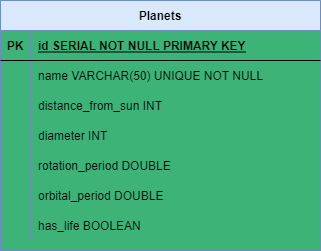
Earlier version of the draw.io export DB/Planets ER Diagram.png (tsgsOFFICIAL/Kilgharrah). Source tidied: cells renumbered, new cells last; positions are measured from the earlier drawing's top-left corner, leaving out a move shared by most shapes. Its diagram source:
```xml
<mxGraphModel background="#3DB378">
  <root>
    <mxCell id="0" />
    <mxCell id="1" parent="0" />
    <mxCell id="2" value="Planets" style="shape=table;startSize=30;rowLines=0;fontStyle=1;align=center;fillColor=#dae8fc;strokeColor=#6c8ebf;" parent="1" vertex="1">
      <mxGeometry width="320" height="250" as="geometry" />
    </mxCell>
    <mxCell id="3" style="shape=partialRectangle;fillColor=none;top=0;left=0;right=0;bottom=1;" parent="2" vertex="1">
      <mxGeometry y="30" width="320" height="30" as="geometry" />
    </mxCell>
    <mxCell id="4" value="PK" style="shape=partialRectangle;overflow=hidden;fillColor=none;top=0;left=0;bottom=0;right=0;fontStyle=1;" parent="3" vertex="1">
      <mxGeometry width="30" height="30" as="geometry" />
    </mxCell>
    <mxCell id="5" value="id SERIAL NOT NULL PRIMARY KEY" style="shape=partialRectangle;overflow=hidden;fillColor=none;top=0;left=0;bottom=0;right=0;align=left;spacingLeft=6;fontStyle=5;" parent="3" vertex="1">
      <mxGeometry x="30" width="290" height="30" as="geometry" />
    </mxCell>
    <mxCell id="6" style="shape=partialRectangle;fillColor=none;top=0;left=0;right=0;bottom=0;" parent="2" vertex="1">
      <mxGeometry y="60" width="320" height="30" as="geometry" />
    </mxCell>
    <mxCell id="7" style="shape=partialRectangle;overflow=hidden;fillColor=none;top=0;left=0;bottom=0;right=0;" parent="6" vertex="1">
      <mxGeometry width="30" height="30" as="geometry" />
    </mxCell>
    <mxCell id="8" value="name VARCHAR(50) UNIQUE NOT NULL" style="shape=partialRectangle;overflow=hidden;fillColor=none;top=0;left=0;bottom=0;right=0;align=left;spacingLeft=6;" parent="6" vertex="1">
      <mxGeometry x="30" width="290" height="30" as="geometry" />
    </mxCell>
    <mxCell id="9" style="shape=partialRectangle;fillColor=none;top=0;left=0;right=0;bottom=0;" parent="2" vertex="1">
      <mxGeometry y="90" width="320" height="30" as="geometry" />
    </mxCell>
    <mxCell id="10" style="shape=partialRectangle;overflow=hidden;fillColor=none;top=0;left=0;bottom=0;right=0;" parent="9" vertex="1">
      <mxGeometry width="30" height="30" as="geometry" />
    </mxCell>
    <mxCell id="11" value="distance_from_sun INT" style="shape=partialRectangle;overflow=hidden;fillColor=none;top=0;left=0;bottom=0;right=0;align=left;spacingLeft=6;" parent="9" vertex="1">
      <mxGeometry x="30" width="290" height="30" as="geometry" />
    </mxCell>
    <mxCell id="12" style="shape=partialRectangle;fillColor=none;top=0;left=0;right=0;bottom=0;" parent="2" vertex="1">
      <mxGeometry y="120" width="320" height="30" as="geometry" />
    </mxCell>
    <mxCell id="13" style="shape=partialRectangle;overflow=hidden;fillColor=none;top=0;left=0;bottom=0;right=0;" parent="12" vertex="1">
      <mxGeometry width="30" height="30" as="geometry" />
    </mxCell>
    <mxCell id="14" value="diameter INT" style="shape=partialRectangle;overflow=hidden;fillColor=none;top=0;left=0;bottom=0;right=0;align=left;spacingLeft=6;" parent="12" vertex="1">
      <mxGeometry x="30" width="290" height="30" as="geometry" />
    </mxCell>
    <mxCell id="15" style="shape=partialRectangle;fillColor=none;top=0;left=0;right=0;bottom=0;" parent="2" vertex="1">
      <mxGeometry y="150" width="320" height="30" as="geometry" />
    </mxCell>
    <mxCell id="16" style="shape=partialRectangle;overflow=hidden;fillColor=none;top=0;left=0;bottom=0;right=0;" parent="15" vertex="1">
      <mxGeometry width="30" height="30" as="geometry" />
    </mxCell>
    <mxCell id="17" value="rotation_period DOUBLE" style="shape=partialRectangle;overflow=hidden;fillColor=none;top=0;left=0;bottom=0;right=0;align=left;spacingLeft=6;" parent="15" vertex="1">
      <mxGeometry x="30" width="290" height="30" as="geometry" />
    </mxCell>
    <mxCell id="18" style="shape=partialRectangle;fillColor=none;top=0;left=0;right=0;bottom=0;" parent="2" vertex="1">
      <mxGeometry y="180" width="320" height="30" as="geometry" />
    </mxCell>
    <mxCell id="19" style="shape=partialRectangle;overflow=hidden;fillColor=none;top=0;left=0;bottom=0;right=0;" parent="18" vertex="1">
      <mxGeometry width="30" height="30" as="geometry" />
    </mxCell>
    <mxCell id="20" value="orbital_period DOUBLE" style="shape=partialRectangle;overflow=hidden;fillColor=none;top=0;left=0;bottom=0;right=0;align=left;spacingLeft=6;" parent="18" vertex="1">
      <mxGeometry x="30" width="290" height="30" as="geometry" />
    </mxCell>
    <mxCell id="21" style="shape=partialRectangle;fillColor=none;top=0;left=0;right=0;bottom=0;" parent="2" vertex="1">
      <mxGeometry y="210" width="320" height="30" as="geometry" />
    </mxCell>
    <mxCell id="22" style="shape=partialRectangle;overflow=hidden;fillColor=none;top=0;left=0;bottom=0;right=0;" parent="21" vertex="1">
      <mxGeometry width="30" height="30" as="geometry" />
    </mxCell>
    <mxCell id="23" value="has_life BOOLEAN" style="shape=partialRectangle;overflow=hidden;fillColor=none;top=0;left=0;bottom=0;right=0;align=left;spacingLeft=6;" parent="21" vertex="1">
      <mxGeometry x="30" width="290" height="30" as="geometry" />
    </mxCell>
  </root>
</mxGraphModel>
```
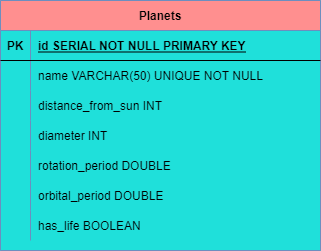
The same file after the commit.

Diff of the diagram source:
```diff
@@ -1,8 +1,8 @@
-<mxGraphModel background="#3DB378">
+<mxGraphModel background="#1FE0DA">
   <root>
     <mxCell id="0" />
     <mxCell id="1" parent="0" />
-    <mxCell id="2" value="Planets" style="shape=table;startSize=30;rowLines=0;fontStyle=1;align=center;fillColor=#dae8fc;strokeColor=#6c8ebf;" parent="1" vertex="1">
+    <mxCell id="2" value="Planets" style="shape=table;startSize=30;rowLines=0;fontStyle=1;align=center;fillColor=#FF8F8F;strokeColor=#6c8ebf;" parent="1" vertex="1">
       <mxGeometry width="320" height="250" as="geometry" />
     </mxCell>
     <mxCell id="3" style="shape=partialRectangle;fillColor=none;top=0;left=0;right=0;bottom=1;" parent="2" vertex="1">
```
